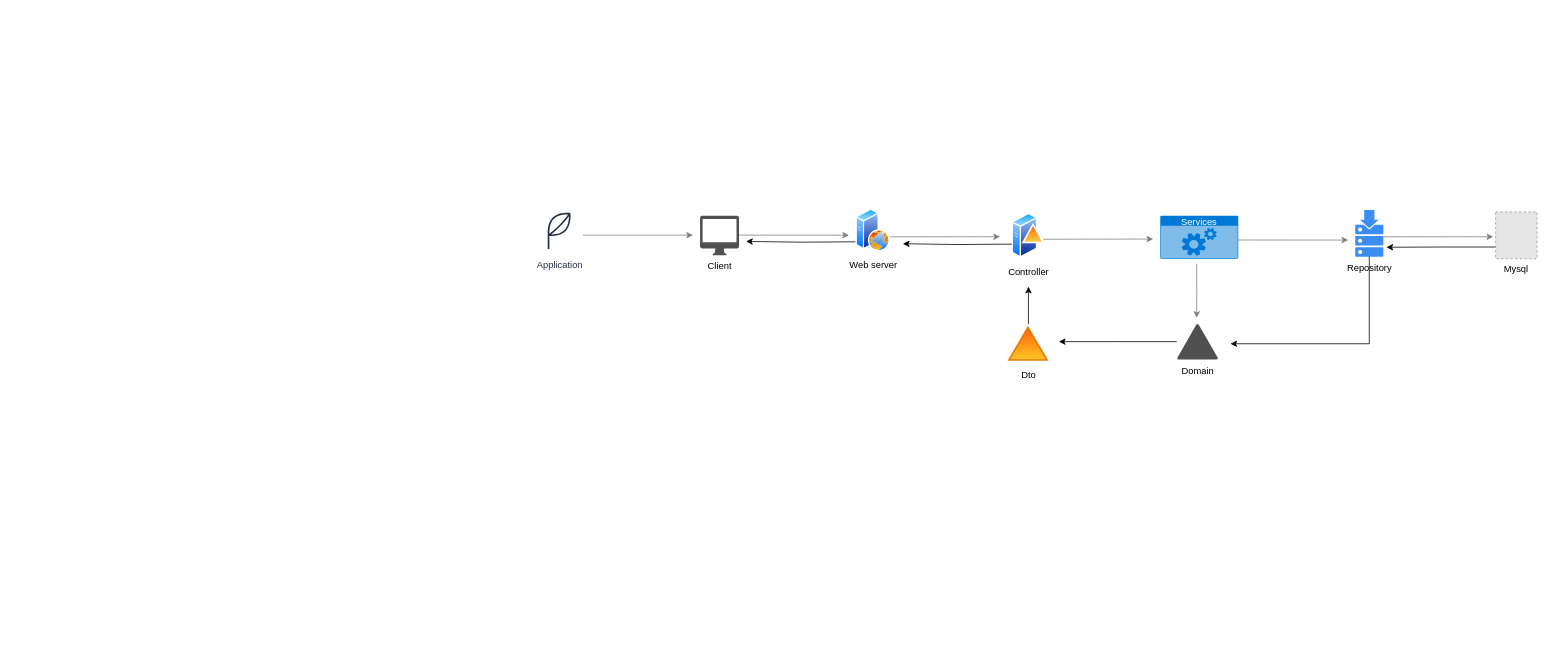
This is document/제목 없는 다이어그램.drawio from solfany/Spring-board-project, a draw.io file, before an edit. Source tidied: cells renumbered, new cells numbered last; positions are measured from the earlier drawing's top-left corner, leaving out a move shared by most shapes. Both pictures are drawn from the tidied source at 78%, with x=0, y=0 at pixel (536, 207). Pictures stored in the file or linked from it are replaced by grey dashed boxes.
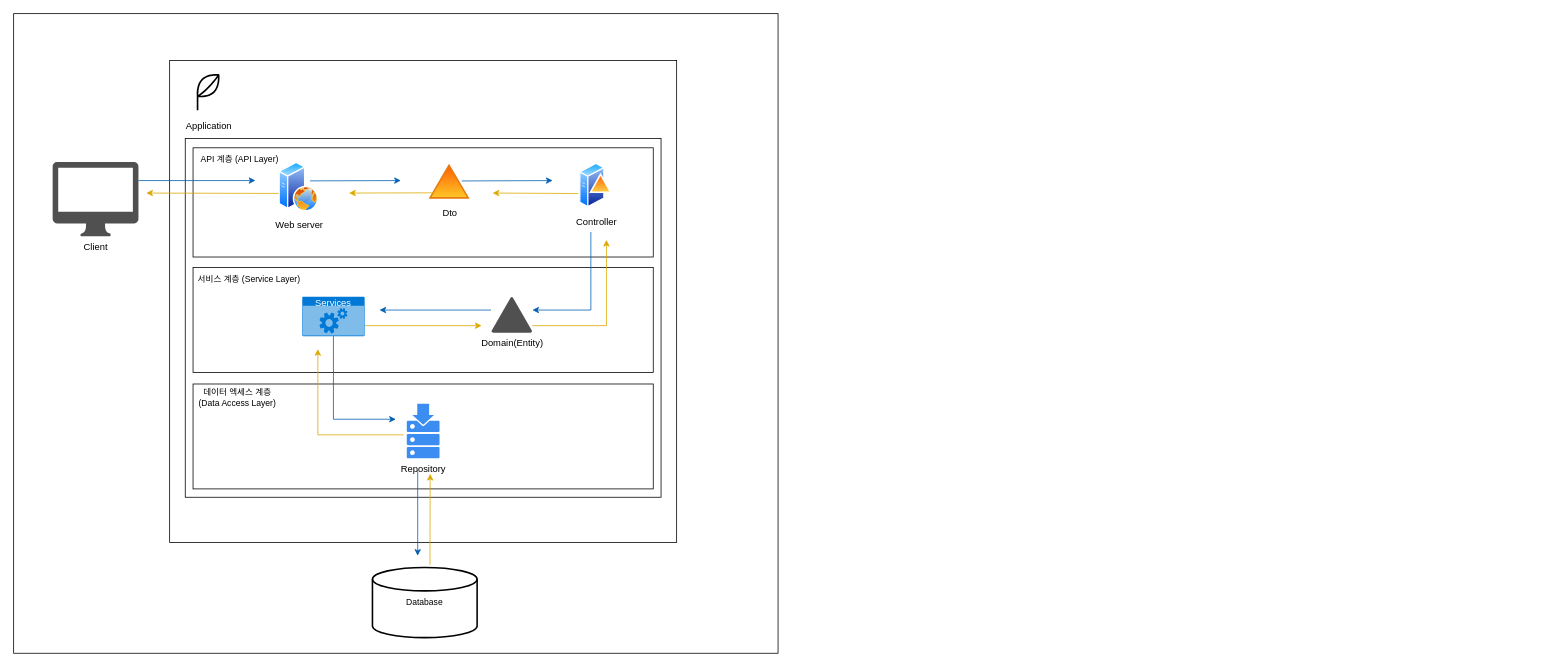
The same diagram, later.

Commit message:
제목 없는 다이어그램.drawio 업데이트

The edit, as a diff of the source:
```diff
@@
-    <mxCell id="2" style="edgeStyle=elbowEdgeStyle;rounded=0;orthogonalLoop=1;jettySize=auto;html=1;strokeColor=#808080;elbow=vertical;" parent="1" edge="1">
-      <mxGeometry relative="1" as="geometry">
-        <mxPoint x="650" y="41.2" as="sourcePoint" />
-        <mxPoint x="791" y="41.3" as="targetPoint" />
-      </mxGeometry>
-    </mxCell>
+    <mxCell id="24" style="whiteSpace=wrap;html=1;fontFamily=Helvetica;fontSize=11;fontColor=default;" parent="1" vertex="1">
+      <mxGeometry x="-670" y="-248" width="980" height="820" as="geometry" />
+    </mxCell>
+    <mxCell id="25" style="whiteSpace=wrap;html=1;fontFamily=Helvetica;fontSize=11;fontColor=default;" parent="1" vertex="1">
+      <mxGeometry x="-470" y="-188" width="650" height="618" as="geometry" />
+    </mxCell>
+    <mxCell id="26" style="whiteSpace=wrap;html=1;fontFamily=Helvetica;fontSize=11;fontColor=default;" parent="1" vertex="1">
+      <mxGeometry x="-450" y="-88" width="610" height="460" as="geometry" />
+    </mxCell>
+    <mxCell id="27" style="whiteSpace=wrap;html=1;fontFamily=Helvetica;fontSize=11;fontColor=default;" parent="1" vertex="1">
+      <mxGeometry x="-440" y="226.8" width="590" height="134.5" as="geometry" />
+    </mxCell>
+    <mxCell id="28" style="whiteSpace=wrap;html=1;fontFamily=Helvetica;fontSize=11;fontColor=default;" parent="1" vertex="1">
+      <mxGeometry x="-440" y="77.5" width="590" height="134.5" as="geometry" />
+    </mxCell>
+    <mxCell id="29" style="whiteSpace=wrap;html=1;fontFamily=Helvetica;fontSize=11;fontColor=default;" parent="1" vertex="1">
+      <mxGeometry x="-440" y="-76" width="590" height="140" as="geometry" />
+    </mxCell>
     <mxCell id="3" value="Client" style="sketch=0;shadow=0;dashed=0;html=1;strokeColor=none;fillColor=#505050;labelPosition=center;verticalLabelPosition=bottom;verticalAlign=top;outlineConnect=0;align=center;shape=mxgraph.office.devices.mac_client;" parent="1" vertex="1">
-      <mxGeometry x="210" y="11.2" width="50" height="50.5" as="geometry" />
+      <mxGeometry x="-620" y="-57.8" width="110" height="95.2" as="geometry" />
     </mxCell>
-    <mxCell id="4" style="edgeStyle=orthogonalEdgeStyle;rounded=0;orthogonalLoop=1;jettySize=auto;html=1;" parent="1" edge="1">
-      <mxGeometry relative="1" as="geometry">
-        <mxPoint x="610" y="47.5" as="sourcePoint" />
-        <mxPoint x="470" y="47" as="targetPoint" />
-      </mxGeometry>
-    </mxCell>
     <mxCell id="5" value="Controller" style="image;perimeter=ellipsePerimeter;html=1;align=center;shadow=0;dashed=0;spacingTop=3;image=img/lib/active_directory/domain_controller.svg;" parent="1" vertex="1">
-      <mxGeometry x="610" y="6.5" width="42" height="60" as="geometry" />
+      <mxGeometry x="55.5" y="-57.8" width="42" height="60" as="geometry" />
     </mxCell>
-    <mxCell id="6" style="edgeStyle=orthogonalEdgeStyle;rounded=0;jettySize=auto;html=1;exitX=0;exitY=0.75;exitDx=0;exitDy=0;" parent="1" edge="1" source="7">
-      <mxGeometry relative="1" as="geometry">
-        <mxPoint x="1090" y="51.5" as="targetPoint" />
-      </mxGeometry>
-    </mxCell>
-    <mxCell id="7" value="Mysql" style="fillColor=#E6E6E6;strokeColor=#999999;dashed=1;verticalLabelPosition=bottom;labelBackgroundColor=#ffffff;verticalAlign=top;" parent="1" vertex="1">
-      <mxGeometry x="1230" y="6.2" width="53" height="60" as="geometry" />
-    </mxCell>
-    <mxCell id="8" style="edgeStyle=orthogonalEdgeStyle;rounded=0;orthogonalLoop=1;jettySize=auto;html=1;" parent="1" edge="1">
-      <mxGeometry relative="1" as="geometry">
-        <mxPoint x="1068" y="57" as="sourcePoint" />
-        <mxPoint x="890" y="175.2" as="targetPoint" />
-        <Array as="points">
-          <mxPoint x="1068" y="175.2" />
-        </Array>
-      </mxGeometry>
-    </mxCell>
     <mxCell id="9" value="Repository" style="sketch=0;html=1;strokeColor=none;shadow=0;fillColor=#3B8DF1;verticalAlign=top;labelPosition=center;verticalLabelPosition=bottom;shape=mxgraph.gcp2.repository;" parent="1" vertex="1">
-      <mxGeometry x="1050" y="3.8" width="36" height="60" as="geometry" />
+      <mxGeometry x="-166" y="252" width="42" height="70" as="geometry" />
     </mxCell>
-    <mxCell id="10" style="edgeStyle=orthogonalEdgeStyle;rounded=0;jettySize=auto;html=1;" parent="1" edge="1" source="11">
-      <mxGeometry relative="1" as="geometry">
-        <mxPoint x="670" y="172.5" as="targetPoint" />
-      </mxGeometry>
-    </mxCell>
-    <mxCell id="11" value="Domain" style="sketch=0;shadow=0;dashed=0;html=1;strokeColor=none;fillColor=#505050;labelPosition=center;verticalLabelPosition=bottom;verticalAlign=top;outlineConnect=0;align=center;shape=mxgraph.office.security.domain;" parent="1" vertex="1">
-      <mxGeometry x="821.2" y="149.5" width="53" height="46" as="geometry" />
+    <mxCell id="11" value="Domain(Entity)" style="sketch=0;shadow=0;dashed=0;html=1;strokeColor=none;fillColor=#505050;labelPosition=center;verticalLabelPosition=bottom;verticalAlign=top;outlineConnect=0;align=center;shape=mxgraph.office.security.domain;" parent="1" vertex="1">
+      <mxGeometry x="-58" y="115" width="53" height="46" as="geometry" />
     </mxCell>
-    <mxCell id="12" style="edgeStyle=orthogonalEdgeStyle;rounded=0;jettySize=auto;html=1;" parent="1" edge="1" source="13">
-      <mxGeometry relative="1" as="geometry">
-        <mxPoint x="631" y="102" as="targetPoint" />
-      </mxGeometry>
-    </mxCell>
     <mxCell id="13" value="Dto" style="image;perimeter=ellipsePerimeter;html=1;align=center;shadow=0;dashed=0;spacingTop=3;image=img/lib/active_directory/windows_domain.svg;" parent="1" vertex="1">
-      <mxGeometry x="602.2" y="150" width="57.6" height="49" as="geometry" />
+      <mxGeometry x="-140" y="-57.8" width="57.6" height="49" as="geometry" />
     </mxCell>
-    <mxCell id="14" value="Application" style="sketch=0;fontColor=#232F3E;gradientColor=none;strokeColor=#232F3E;fillColor=#ffffff;dashed=0;verticalLabelPosition=bottom;verticalAlign=top;align=center;html=1;fontSize=12;fontStyle=0;shape=mxgraph.aws4.resourceIcon;resIcon=mxgraph.aws4.application;" parent="1" vertex="1">
-      <mxGeometry y="-0.2" width="60" height="60" as="geometry" />
+    <mxCell id="14" value="Application" style="sketch=0;dashed=0;verticalLabelPosition=bottom;verticalAlign=top;align=center;html=1;fontSize=12;fontStyle=0;shape=mxgraph.aws4.resourceIcon;resIcon=mxgraph.aws4.application;" parent="1" vertex="1">
+      <mxGeometry x="-450" y="-178" width="60" height="60" as="geometry" />
     </mxCell>
     <mxCell id="15" value="Web server" style="image;perimeter=ellipsePerimeter;html=1;align=center;shadow=0;dashed=0;spacingTop=3;image=img/lib/active_directory/web_server.svg;" parent="1" vertex="1">
-      <mxGeometry x="410" y="2.5" width="43.6" height="54.5" as="geometry" />
+      <mxGeometry x="-330" y="-57.8" width="51" height="63.8" as="geometry" />
     </mxCell>
+    <mxCell id="30" style="edgeStyle=elbowEdgeStyle;rounded=0;orthogonalLoop=1;jettySize=auto;html=1;strokeColor=#DBA901;elbow=vertical;" parent="1" edge="1">
+      <mxGeometry relative="1" as="geometry">
+        <mxPoint x="-220" y="152" as="sourcePoint" />
+        <mxPoint x="-70" y="152" as="targetPoint" />
+        <Array as="points">
+          <mxPoint x="-70" y="152" />
+          <mxPoint x="-70" y="152" />
+        </Array>
+      </mxGeometry>
+    </mxCell>
     <mxCell id="16" value="Services" style="html=1;whiteSpace=wrap;strokeColor=none;fillColor=#0079D6;labelPosition=center;verticalLabelPosition=middle;verticalAlign=top;align=center;fontSize=12;outlineConnect=0;spacingTop=-6;fontColor=#FFFFFF;sketch=0;shape=mxgraph.sitemap.services;" parent="1" vertex="1">
-      <mxGeometry x="800" y="11.2" width="100" height="55" as="geometry" />
+      <mxGeometry x="-300" y="115" width="80" height="50.5" as="geometry" />
     </mxCell>
-    <mxCell id="17" style="rounded=0;orthogonalLoop=1;jettySize=auto;html=1;strokeColor=#808080;elbow=vertical;" parent="1" edge="1">
-      <mxGeometry relative="1" as="geometry">
-        <mxPoint x="900" y="42.2" as="sourcePoint" />
-        <mxPoint x="1041" y="42.3" as="targetPoint" />
-      </mxGeometry>
-    </mxCell>
-    <mxCell id="18" style="edgeStyle=elbowEdgeStyle;rounded=0;orthogonalLoop=1;jettySize=auto;html=1;strokeColor=#808080;elbow=vertical;" parent="1" edge="1">
-      <mxGeometry relative="1" as="geometry">
-        <mxPoint x="1086" y="38.1" as="sourcePoint" />
-        <mxPoint x="1227" y="38.3" as="targetPoint" />
-      </mxGeometry>
-    </mxCell>
-    <mxCell id="19" style="edgeStyle=elbowEdgeStyle;rounded=0;orthogonalLoop=1;jettySize=auto;html=1;strokeColor=#808080;elbow=vertical;" parent="1" edge="1">
+    <mxCell id="19" style="edgeStyle=elbowEdgeStyle;rounded=0;orthogonalLoop=1;jettySize=auto;html=1;strokeColor=#045FB4;elbow=vertical;" parent="1" edge="1">
       <mxGeometry relative="1" as="geometry">
-        <mxPoint x="453.6" y="38.1" as="sourcePoint" />
-        <mxPoint x="594.6" y="38.3" as="targetPoint" />
+        <mxPoint x="-290" y="-33.6" as="sourcePoint" />
+        <mxPoint x="-173.6" y="-33.8" as="targetPoint" />
       </mxGeometry>
     </mxCell>
-    <mxCell id="20" style="edgeStyle=elbowEdgeStyle;rounded=0;orthogonalLoop=1;jettySize=auto;html=1;strokeColor=#808080;elbow=vertical;" parent="1" edge="1">
+    <mxCell id="20" style="edgeStyle=elbowEdgeStyle;rounded=0;jettySize=auto;html=1;strokeColor=#045FB4;elbow=vertical;" parent="1" edge="1" source="3">
       <mxGeometry relative="1" as="geometry">
-        <mxPoint x="260" y="35.9" as="sourcePoint" />
-        <mxPoint x="401" y="36" as="targetPoint" />
+        <mxPoint x="-360" y="-34.5" as="targetPoint" />
       </mxGeometry>
     </mxCell>
-    <mxCell id="21" style="edgeStyle=elbowEdgeStyle;rounded=0;orthogonalLoop=1;jettySize=auto;html=1;strokeColor=#808080;elbow=vertical;" parent="1" edge="1">
-      <mxGeometry relative="1" as="geometry">
-        <mxPoint x="60" y="36" as="sourcePoint" />
-        <mxPoint x="201" y="36.2" as="targetPoint" />
-      </mxGeometry>
-    </mxCell>
-    <mxCell id="22" style="edgeStyle=elbowEdgeStyle;rounded=0;orthogonalLoop=1;jettySize=auto;html=1;strokeColor=#808080;elbow=vertical;" parent="1" edge="1">
-      <mxGeometry relative="1" as="geometry">
-        <mxPoint x="846.8" y="72.5" as="sourcePoint" />
-        <mxPoint x="846.8" y="142" as="targetPoint" />
-      </mxGeometry>
-    </mxCell>
-    <mxCell id="23" style="edgeStyle=orthogonalEdgeStyle;rounded=0;orthogonalLoop=1;jettySize=auto;html=1;" parent="1" edge="1">
-      <mxGeometry relative="1" as="geometry">
-        <mxPoint x="409" y="44.5" as="sourcePoint" />
-        <mxPoint x="269" y="44" as="targetPoint" />
-      </mxGeometry>
-    </mxCell>
+    <mxCell id="31" style="edgeStyle=elbowEdgeStyle;rounded=0;orthogonalLoop=1;jettySize=auto;html=1;strokeColor=#045FB4;elbow=vertical;" parent="1" edge="1">
+      <mxGeometry relative="1" as="geometry">
+        <mxPoint x="-95.5" y="-33.5" as="sourcePoint" />
+        <mxPoint x="21" y="-33.6" as="targetPoint" />
+      </mxGeometry>
+    </mxCell>
+    <mxCell id="32" style="edgeStyle=elbowEdgeStyle;rounded=0;jettySize=auto;html=1;strokeColor=#045FB4;elbow=vertical;" parent="1" edge="1" source="11">
+      <mxGeometry relative="1" as="geometry">
+        <mxPoint x="-201" y="132" as="targetPoint" />
+        <Array as="points">
+          <mxPoint x="-131" y="132" />
+        </Array>
+      </mxGeometry>
+    </mxCell>
+    <mxCell id="33" style="edgeStyle=elbowEdgeStyle;rounded=0;orthogonalLoop=1;jettySize=auto;html=1;strokeColor=#DBA901;elbow=vertical;" parent="1" edge="1">
+      <mxGeometry relative="1" as="geometry">
+        <mxPoint x="-130" y="-18.3" as="sourcePoint" />
+        <mxPoint x="-240" y="-18.5" as="targetPoint" />
+      </mxGeometry>
+    </mxCell>
+    <mxCell id="34" style="edgeStyle=elbowEdgeStyle;rounded=0;orthogonalLoop=1;jettySize=auto;html=1;strokeColor=#DBA901;elbow=vertical;" parent="1" edge="1">
+      <mxGeometry relative="1" as="geometry">
+        <mxPoint x="54" y="-17.4" as="sourcePoint" />
+        <mxPoint x="-56" y="-18.1" as="targetPoint" />
+      </mxGeometry>
+    </mxCell>
+    <mxCell id="35" value="Database" style="strokeWidth=2;html=1;shape=mxgraph.flowchart.database;whiteSpace=wrap;fontFamily=Helvetica;fontSize=11;fontColor=default;" parent="1" vertex="1">
+      <mxGeometry x="-210" y="462" width="134.2" height="90" as="geometry" />
+    </mxCell>
+    <mxCell id="36" style="edgeStyle=elbowEdgeStyle;rounded=0;jettySize=auto;html=1;strokeColor=#DBA901;elbow=vertical;" parent="1" edge="1" source="11">
+      <mxGeometry relative="1" as="geometry">
+        <mxPoint x="90" y="42" as="targetPoint" />
+        <Array as="points">
+          <mxPoint x="90" y="152" />
+        </Array>
+      </mxGeometry>
+    </mxCell>
+    <mxCell id="37" style="edgeStyle=elbowEdgeStyle;rounded=0;jettySize=auto;html=1;strokeColor=#045FB4;elbow=vertical;" parent="1" edge="1" target="11">
+      <mxGeometry relative="1" as="geometry">
+        <mxPoint x="70" y="32" as="sourcePoint" />
+        <Array as="points">
+          <mxPoint x="70" y="132" />
+        </Array>
+      </mxGeometry>
+    </mxCell>
+    <mxCell id="38" style="edgeStyle=elbowEdgeStyle;rounded=0;orthogonalLoop=1;jettySize=auto;html=1;strokeColor=#DBA901;elbow=vertical;" parent="1" edge="1">
+      <mxGeometry relative="1" as="geometry">
+        <mxPoint x="-170" y="292" as="sourcePoint" />
+        <mxPoint x="-280" y="182" as="targetPoint" />
+        <Array as="points">
+          <mxPoint x="-190" y="292" />
+          <mxPoint x="-110" y="192" />
+        </Array>
+      </mxGeometry>
+    </mxCell>
+    <mxCell id="39" style="edgeStyle=elbowEdgeStyle;rounded=0;jettySize=auto;html=1;strokeColor=#045FB4;elbow=vertical;exitX=0.5;exitY=1;exitDx=0;exitDy=0;exitPerimeter=0;" parent="1" edge="1" source="16">
+      <mxGeometry relative="1" as="geometry">
+        <mxPoint x="-180" y="272" as="targetPoint" />
+        <Array as="points">
+          <mxPoint x="-260" y="272" />
+        </Array>
+      </mxGeometry>
+    </mxCell>
+    <mxCell id="40" style="edgeStyle=elbowEdgeStyle;rounded=0;orthogonalLoop=1;jettySize=auto;html=1;strokeColor=#DBA901;elbow=vertical;" parent="1" edge="1">
+      <mxGeometry relative="1" as="geometry">
+        <mxPoint x="-330" y="-17.5" as="sourcePoint" />
+        <mxPoint x="-500" y="-18" as="targetPoint" />
+        <Array as="points">
+          <mxPoint x="-350" y="-18" />
+        </Array>
+      </mxGeometry>
+    </mxCell>
+    <mxCell id="41" value="API 계층 (API Layer)" style="text;align=center;html=1;verticalAlign=middle;whiteSpace=wrap;rounded=0;fontSize=11;fontFamily=Helvetica;" parent="1" vertex="1">
+      <mxGeometry x="-440" y="-76" width="120" height="30" as="geometry" />
+    </mxCell>
+    <mxCell id="42" value="서비스 계층 (Service Layer)" style="text;strokeColor=none;align=center;fillColor=none;html=1;verticalAlign=middle;whiteSpace=wrap;rounded=0;fontSize=11;fontFamily=Helvetica;fontColor=default;" parent="1" vertex="1">
+      <mxGeometry x="-438" y="77.5" width="140" height="30" as="geometry" />
+    </mxCell>
+    <mxCell id="43" style="edgeStyle=elbowEdgeStyle;rounded=0;orthogonalLoop=1;jettySize=auto;html=1;strokeColor=#DBA901;elbow=vertical;exitX=0.595;exitY=-0.038;exitDx=0;exitDy=0;exitPerimeter=0;" parent="1" edge="1">
+      <mxGeometry relative="1" as="geometry">
+        <mxPoint x="-136.2" y="458.6" as="sourcePoint" />
+        <mxPoint x="-136" y="342" as="targetPoint" />
+        <Array as="points">
+          <mxPoint x="-136" y="422" />
+          <mxPoint x="-47" y="182" />
+        </Array>
+      </mxGeometry>
+    </mxCell>
+    <mxCell id="44" style="edgeStyle=elbowEdgeStyle;rounded=0;orthogonalLoop=1;jettySize=auto;html=1;strokeColor=#045FB4;elbow=vertical;" parent="1" edge="1">
+      <mxGeometry relative="1" as="geometry">
+        <mxPoint x="-152" y="337" as="sourcePoint" />
+        <mxPoint x="-152" y="447" as="targetPoint" />
+      </mxGeometry>
+    </mxCell>
+    <mxCell id="45" value="데이터 엑세스 계층 (Data Access Layer)" style="text;strokeColor=none;align=center;fillColor=none;html=1;verticalAlign=middle;whiteSpace=wrap;rounded=0;fontSize=11;fontFamily=Helvetica;fontColor=default;" parent="1" vertex="1">
+      <mxGeometry x="-438" y="229.8" width="110" height="30" as="geometry" />
+    </mxCell>
```
